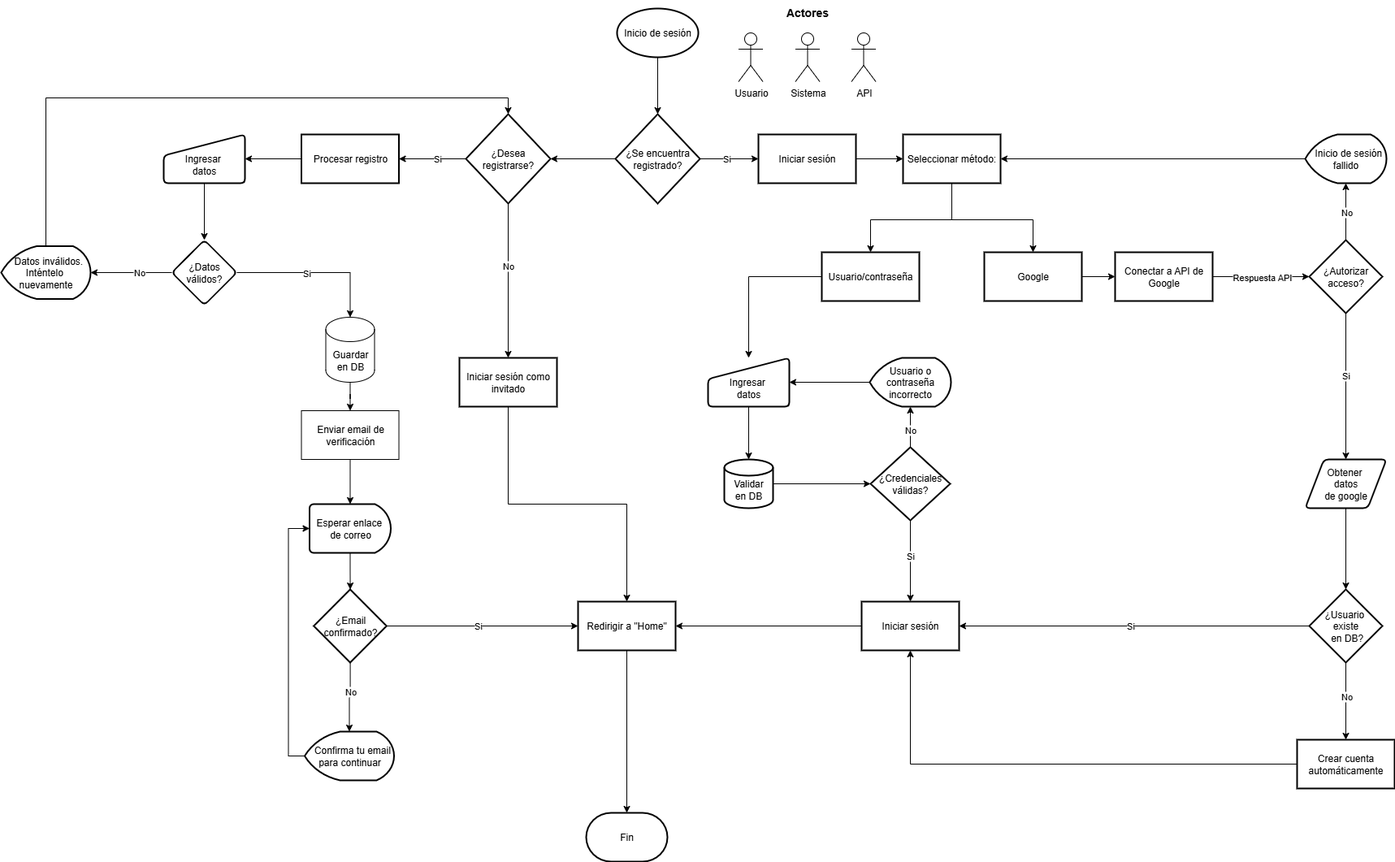
This is Flujograma de registro e inicio de sesión.png from DjGuetta/App-Hotel-Management, a draw.io export, as it was before one commit. Source tidied: cells renumbered, new cells last; positions are measured from the earlier drawing's top-left corner, leaving out a move shared by most shapes.
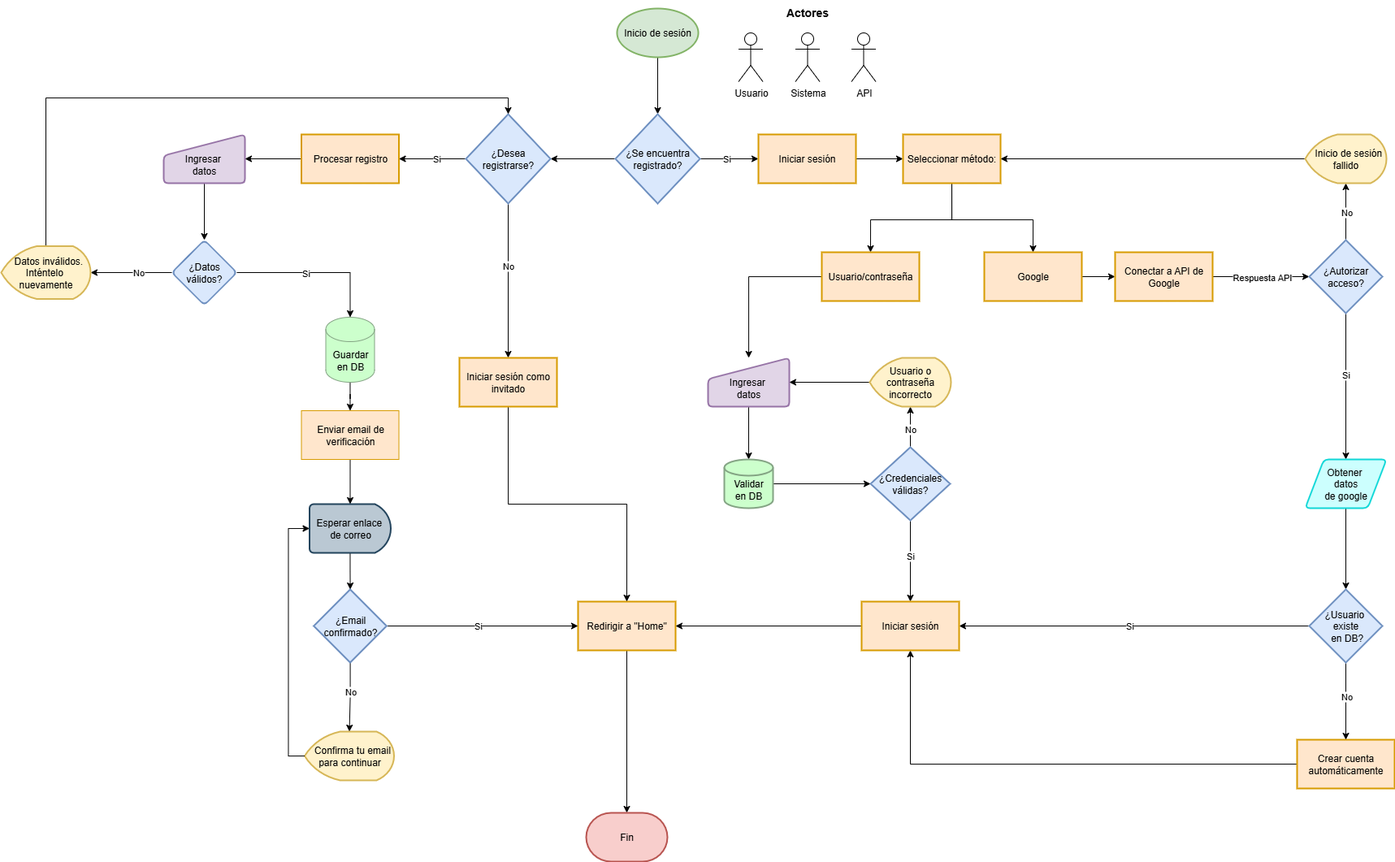
The same file after the commit.

Commit message:
Agregando colores de referencia

Diff of the diagram source:
```diff
@@ -16,3 +16,3 @@
     </mxCell>
-    <mxCell id="6" value="Inicio de sesión" style="strokeWidth=2;html=1;shape=mxgraph.flowchart.start_1;whiteSpace=wrap;" parent="1" vertex="1">
+    <mxCell id="6" value="Inicio de sesión" style="strokeWidth=2;html=1;shape=mxgraph.flowchart.start_1;whiteSpace=wrap;fillColor=#d5e8d4;strokeColor=#82b366;" parent="1" vertex="1">
       <mxGeometry x="758" y="10" width="100" height="60" as="geometry" />
@@ -30,3 +30,3 @@
     </mxCell>
-    <mxCell id="10" value="¿Se encuentra registrado?" style="rhombus;whiteSpace=wrap;html=1;strokeWidth=2;" parent="1" vertex="1">
+    <mxCell id="10" value="¿Se encuentra registrado?" style="rhombus;whiteSpace=wrap;html=1;strokeWidth=2;fillColor=#dae8fc;strokeColor=#6c8ebf;" parent="1" vertex="1">
       <mxGeometry x="756" y="140" width="104" height="110" as="geometry" />
@@ -39,3 +39,3 @@
     </mxCell>
-    <mxCell id="13" value="Iniciar sesión" style="whiteSpace=wrap;html=1;strokeWidth=2;" parent="1" vertex="1">
+    <mxCell id="13" value="Iniciar sesión" style="whiteSpace=wrap;html=1;strokeWidth=2;fillColor=#ffe6cc;strokeColor=#d79b00;" parent="1" vertex="1">
       <mxGeometry x="932" y="165" width="120" height="60" as="geometry" />
@@ -58,3 +58,3 @@
     </mxCell>
-    <mxCell id="16" value="Seleccionar método:" style="whiteSpace=wrap;html=1;strokeWidth=2;" parent="1" vertex="1">
+    <mxCell id="16" value="Seleccionar método:" style="whiteSpace=wrap;html=1;strokeWidth=2;fillColor=#ffe6cc;strokeColor=#d79b00;" parent="1" vertex="1">
       <mxGeometry x="1110" y="165" width="120" height="60" as="geometry" />
@@ -64,3 +64,3 @@
     </mxCell>
-    <mxCell id="18" value="Usuario/contraseña" style="whiteSpace=wrap;html=1;strokeWidth=2;" parent="1" vertex="1">
+    <mxCell id="18" value="Usuario/contraseña" style="whiteSpace=wrap;html=1;strokeWidth=2;fillColor=#ffe6cc;strokeColor=#d79b00;" parent="1" vertex="1">
       <mxGeometry x="1010" y="310" width="120" height="60" as="geometry" />
@@ -70,3 +70,3 @@
     </mxCell>
-    <mxCell id="20" value="Google" style="whiteSpace=wrap;html=1;strokeWidth=2;" parent="1" vertex="1">
+    <mxCell id="20" value="Google" style="whiteSpace=wrap;html=1;strokeWidth=2;fillColor=#ffe6cc;strokeColor=#d79b00;" parent="1" vertex="1">
       <mxGeometry x="1210" y="310" width="120" height="60" as="geometry" />
@@ -79,3 +79,3 @@
     </mxCell>
-    <mxCell id="23" value="Conectar a API de Google" style="whiteSpace=wrap;html=1;strokeWidth=2;" parent="1" vertex="1">
+    <mxCell id="23" value="Conectar a API de Google" style="whiteSpace=wrap;html=1;strokeWidth=2;fillColor=#ffe6cc;strokeColor=#d79b00;" parent="1" vertex="1">
       <mxGeometry x="1371" y="310" width="120" height="60" as="geometry" />
@@ -98,3 +98,3 @@
     </mxCell>
-    <mxCell id="28" value="¿Autorizar acceso?" style="rhombus;whiteSpace=wrap;html=1;strokeWidth=2;" parent="1" vertex="1">
+    <mxCell id="28" value="¿Autorizar acceso?" style="rhombus;whiteSpace=wrap;html=1;strokeWidth=2;fillColor=#dae8fc;strokeColor=#6c8ebf;" parent="1" vertex="1">
       <mxGeometry x="1610" y="295" width="90" height="90" as="geometry" />
@@ -104,3 +104,3 @@
     </mxCell>
-    <mxCell id="30" value="&amp;nbsp; Inicio de sesión fallido" style="strokeWidth=2;html=1;shape=mxgraph.flowchart.display;whiteSpace=wrap;" parent="1" vertex="1">
+    <mxCell id="30" value="&amp;nbsp; Inicio de sesión fallido" style="strokeWidth=2;html=1;shape=mxgraph.flowchart.display;whiteSpace=wrap;fillColor=#fff2cc;strokeColor=#d6b656;" parent="1" vertex="1">
       <mxGeometry x="1605" y="165" width="100" height="60" as="geometry" />
@@ -110,3 +110,3 @@
     </mxCell>
-    <mxCell id="32" value="Obtener&amp;nbsp;&lt;div&gt;&lt;span style=&quot;background-color: transparent; color: light-dark(rgb(0, 0, 0), rgb(255, 255, 255));&quot;&gt;datos&lt;/span&gt;&lt;div&gt;de google&lt;/div&gt;&lt;/div&gt;" style="shape=parallelogram;html=1;strokeWidth=2;perimeter=parallelogramPerimeter;whiteSpace=wrap;rounded=1;arcSize=12;size=0.23;" parent="1" vertex="1">
+    <mxCell id="32" value="Obtener&amp;nbsp;&lt;div&gt;&lt;span style=&quot;background-color: transparent; color: light-dark(rgb(0, 0, 0), rgb(255, 255, 255));&quot;&gt;datos&lt;/span&gt;&lt;div&gt;de google&lt;/div&gt;&lt;/div&gt;" style="shape=parallelogram;html=1;strokeWidth=2;perimeter=parallelogramPerimeter;whiteSpace=wrap;rounded=1;arcSize=12;size=0.23;fillColor=#CCFFFE;strokeColor=#10D7D7;" parent="1" vertex="1">
       <mxGeometry x="1605" y="565" width="100" height="60" as="geometry" />
@@ -125,3 +125,3 @@
     </mxCell>
-    <mxCell id="37" value="&lt;div&gt;&lt;span style=&quot;background-color: transparent; color: light-dark(rgb(0, 0, 0), rgb(255, 255, 255));&quot;&gt;¿Credenciales válidas?&lt;/span&gt;&lt;/div&gt;" style="rhombus;whiteSpace=wrap;html=1;strokeWidth=2;" parent="1" vertex="1">
+    <mxCell id="37" value="&lt;div&gt;&lt;span style=&quot;background-color: transparent; color: light-dark(rgb(0, 0, 0), rgb(255, 255, 255));&quot;&gt;¿Credenciales válidas?&lt;/span&gt;&lt;/div&gt;" style="rhombus;whiteSpace=wrap;html=1;strokeWidth=2;fillColor=#dae8fc;strokeColor=#6c8ebf;" parent="1" vertex="1">
       <mxGeometry x="1070" y="550" width="98" height="90" as="geometry" />
@@ -131,3 +131,3 @@
     </mxCell>
-    <mxCell id="39" value="Crear cuenta automáticamente" style="whiteSpace=wrap;html=1;strokeWidth=2;" parent="1" vertex="1">
+    <mxCell id="39" value="Crear cuenta automáticamente" style="whiteSpace=wrap;html=1;strokeWidth=2;fillColor=#ffe6cc;strokeColor=#d79b00;" parent="1" vertex="1">
       <mxGeometry x="1595" y="910" width="120" height="60" as="geometry" />
@@ -137,6 +137,6 @@
     </mxCell>
-    <mxCell id="41" value="Redirigir a &quot;Home&quot;" style="whiteSpace=wrap;html=1;strokeWidth=2;" parent="1" vertex="1">
+    <mxCell id="41" value="Redirigir a &quot;Home&quot;" style="whiteSpace=wrap;html=1;strokeWidth=2;fillColor=#ffe6cc;strokeColor=#d79b00;" parent="1" vertex="1">
       <mxGeometry x="710" y="740" width="120" height="60" as="geometry" />
     </mxCell>
-    <mxCell id="42" value="Fin" style="strokeWidth=2;html=1;shape=mxgraph.flowchart.terminator;whiteSpace=wrap;" parent="1" vertex="1">
+    <mxCell id="42" value="Fin" style="strokeWidth=2;html=1;shape=mxgraph.flowchart.terminator;whiteSpace=wrap;fillColor=#f8cecc;strokeColor=#b85450;" parent="1" vertex="1">
       <mxGeometry x="720" y="1000" width="100" height="60" as="geometry" />
@@ -146,3 +146,3 @@
     </mxCell>
-    <mxCell id="44" value="&lt;div&gt;&lt;br&gt;&lt;/div&gt;&lt;div&gt;Ingresar&amp;nbsp;&lt;/div&gt;&lt;div&gt;datos&lt;/div&gt;" style="html=1;strokeWidth=2;shape=manualInput;whiteSpace=wrap;rounded=1;size=26;arcSize=11;" parent="1" vertex="1">
+    <mxCell id="44" value="&lt;div&gt;&lt;br&gt;&lt;/div&gt;&lt;div&gt;Ingresar&amp;nbsp;&lt;/div&gt;&lt;div&gt;datos&lt;/div&gt;" style="html=1;strokeWidth=2;shape=manualInput;whiteSpace=wrap;rounded=1;size=26;arcSize=11;fillColor=#e1d5e7;strokeColor=#9673a6;" parent="1" vertex="1">
       <mxGeometry x="200" y="165" width="100" height="60" as="geometry" />
@@ -152,3 +152,3 @@
     </mxCell>
-    <mxCell id="46" value="&lt;div&gt;&lt;br&gt;&lt;/div&gt;Ingresar&amp;nbsp;&lt;div&gt;datos&lt;/div&gt;" style="html=1;strokeWidth=2;shape=manualInput;whiteSpace=wrap;rounded=1;size=26;arcSize=11;direction=east;" parent="1" vertex="1">
+    <mxCell id="46" value="&lt;div&gt;&lt;br&gt;&lt;/div&gt;Ingresar&amp;nbsp;&lt;div&gt;datos&lt;/div&gt;" style="html=1;strokeWidth=2;shape=manualInput;whiteSpace=wrap;rounded=1;size=26;arcSize=11;direction=east;fillColor=#e1d5e7;strokeColor=#9673a6;" parent="1" vertex="1">
       <mxGeometry x="870" y="440" width="100" height="60" as="geometry" />
@@ -158,3 +158,3 @@
     </mxCell>
-    <mxCell id="48" value="&lt;div&gt;&lt;br&gt;&lt;/div&gt;Validar&lt;div&gt;en DB&lt;/div&gt;" style="strokeWidth=2;html=1;shape=mxgraph.flowchart.database;whiteSpace=wrap;" parent="1" vertex="1">
+    <mxCell id="48" value="&lt;div&gt;&lt;br&gt;&lt;/div&gt;Validar&lt;div&gt;en DB&lt;/div&gt;" style="strokeWidth=2;html=1;shape=mxgraph.flowchart.database;whiteSpace=wrap;fillColor=#CCFFCC;strokeColor=#84A484;" parent="1" vertex="1">
       <mxGeometry x="890" y="565" width="60" height="60" as="geometry" />
@@ -175,3 +175,3 @@
     </mxCell>
-    <mxCell id="53" value="¿Usuario&amp;nbsp;&lt;div&gt;existe&lt;/div&gt;&lt;div&gt;&amp;nbsp;en DB?&lt;/div&gt;" style="rhombus;whiteSpace=wrap;html=1;strokeWidth=2;fontStyle=0;" parent="1" vertex="1">
+    <mxCell id="53" value="¿Usuario&amp;nbsp;&lt;div&gt;existe&lt;/div&gt;&lt;div&gt;&amp;nbsp;en DB?&lt;/div&gt;" style="rhombus;whiteSpace=wrap;html=1;strokeWidth=2;fontStyle=0;fillColor=#dae8fc;strokeColor=#6c8ebf;" parent="1" vertex="1">
       <mxGeometry x="1610" y="725" width="90" height="90" as="geometry" />
@@ -181,3 +181,3 @@
     </mxCell>
-    <mxCell id="55" value="Procesar registro" style="whiteSpace=wrap;html=1;strokeWidth=2;" parent="1" vertex="1">
+    <mxCell id="55" value="Procesar registro" style="whiteSpace=wrap;html=1;strokeWidth=2;fillColor=#ffe6cc;strokeColor=#d79b00;" parent="1" vertex="1">
       <mxGeometry x="369.5" y="165" width="120" height="60" as="geometry" />
@@ -187,3 +187,3 @@
     </mxCell>
-    <mxCell id="57" value="Guardar en DB" style="shape=cylinder3;whiteSpace=wrap;html=1;boundedLbl=1;backgroundOutline=1;size=15;" parent="1" vertex="1">
+    <mxCell id="57" value="Guardar en DB" style="shape=cylinder3;whiteSpace=wrap;html=1;boundedLbl=1;backgroundOutline=1;size=15;fillColor=#CCFFCC;strokeColor=#84A484;" parent="1" vertex="1">
       <mxGeometry x="399.5" y="390" width="60" height="80" as="geometry" />
@@ -193,3 +193,3 @@
     </mxCell>
-    <mxCell id="59" value="Enviar email de verificación" style="whiteSpace=wrap;html=1;" parent="1" vertex="1">
+    <mxCell id="59" value="Enviar email de verificación" style="whiteSpace=wrap;html=1;fillColor=#ffe6cc;strokeColor=#d79b00;" parent="1" vertex="1">
       <mxGeometry x="369.5" y="505" width="120" height="60" as="geometry" />
@@ -199,3 +199,3 @@
     </mxCell>
-    <mxCell id="61" value="Esperar enlace&amp;nbsp;&lt;div&gt;de correo&lt;/div&gt;" style="strokeWidth=2;html=1;shape=mxgraph.flowchart.delay;whiteSpace=wrap;" parent="1" vertex="1">
+    <mxCell id="61" value="Esperar enlace&amp;nbsp;&lt;div&gt;de correo&lt;/div&gt;" style="strokeWidth=2;html=1;shape=mxgraph.flowchart.delay;whiteSpace=wrap;fillColor=#BAC8D3;strokeColor=#23445D;" parent="1" vertex="1">
       <mxGeometry x="379.5" y="620" width="100" height="60" as="geometry" />
@@ -214,3 +214,3 @@
     </mxCell>
-    <mxCell id="66" value="¿Desea registrarse?" style="rhombus;whiteSpace=wrap;html=1;strokeWidth=2;" parent="1" vertex="1">
+    <mxCell id="66" value="¿Desea registrarse?" style="rhombus;whiteSpace=wrap;html=1;strokeWidth=2;fillColor=#dae8fc;strokeColor=#6c8ebf;" parent="1" vertex="1">
       <mxGeometry x="572" y="140" width="104" height="110" as="geometry" />
@@ -220,3 +220,3 @@
     </mxCell>
-    <mxCell id="68" value="Iniciar sesión como invitado" style="whiteSpace=wrap;html=1;strokeWidth=2;" parent="1" vertex="1">
+    <mxCell id="68" value="Iniciar sesión como invitado" style="whiteSpace=wrap;html=1;strokeWidth=2;fillColor=#ffe6cc;strokeColor=#d79b00;" parent="1" vertex="1">
       <mxGeometry x="564" y="440" width="120" height="60" as="geometry" />
@@ -235,6 +235,6 @@
     </mxCell>
-    <mxCell id="73" value="¿Email confirmado?" style="rhombus;whiteSpace=wrap;html=1;strokeWidth=2;" parent="1" vertex="1">
+    <mxCell id="73" value="¿Email confirmado?" style="rhombus;whiteSpace=wrap;html=1;strokeWidth=2;fillColor=#dae8fc;strokeColor=#6c8ebf;" parent="1" vertex="1">
       <mxGeometry x="384.8" y="725" width="89.5" height="90" as="geometry" />
     </mxCell>
-    <mxCell id="74" value="&amp;nbsp; Confirma tu email para continuar" style="strokeWidth=2;html=1;shape=mxgraph.flowchart.display;whiteSpace=wrap;" parent="1" vertex="1">
+    <mxCell id="74" value="&amp;nbsp; Confirma tu email para continuar" style="strokeWidth=2;html=1;shape=mxgraph.flowchart.display;whiteSpace=wrap;fillColor=#fff2cc;strokeColor=#d6b656;" parent="1" vertex="1">
       <mxGeometry x="373.5" y="900" width="110" height="60" as="geometry" />
@@ -244,3 +244,3 @@
     </mxCell>
-    <mxCell id="76" value="Usuario o contraseña incorrecto" style="strokeWidth=2;html=1;shape=mxgraph.flowchart.display;whiteSpace=wrap;" parent="1" vertex="1">
+    <mxCell id="76" value="Usuario o contraseña incorrecto" style="strokeWidth=2;html=1;shape=mxgraph.flowchart.display;whiteSpace=wrap;fillColor=#fff2cc;strokeColor=#d6b656;" parent="1" vertex="1">
       <mxGeometry x="1069" y="440" width="100" height="60" as="geometry" />
@@ -253,3 +253,3 @@
     </mxCell>
-    <mxCell id="79" value="Iniciar sesión" style="whiteSpace=wrap;html=1;strokeWidth=2;" parent="1" vertex="1">
+    <mxCell id="79" value="Iniciar sesión" style="whiteSpace=wrap;html=1;strokeWidth=2;fillColor=#ffe6cc;strokeColor=#d79b00;" parent="1" vertex="1">
       <mxGeometry x="1059" y="740" width="120" height="60" as="geometry" />
@@ -262,3 +262,3 @@
     </mxCell>
-    <mxCell id="82" value="¿Datos válidos?" style="rhombus;whiteSpace=wrap;html=1;strokeWidth=2;rounded=1;arcSize=11;" parent="1" vertex="1">
+    <mxCell id="82" value="¿Datos válidos?" style="rhombus;whiteSpace=wrap;html=1;strokeWidth=2;rounded=1;arcSize=11;fillColor=#dae8fc;strokeColor=#6c8ebf;" parent="1" vertex="1">
       <mxGeometry x="210" y="295" width="80" height="80" as="geometry" />
@@ -274,3 +274,3 @@
     </mxCell>
-    <mxCell id="86" value="&amp;nbsp; Datos inválidos.&lt;div&gt;&lt;span style=&quot;background-color: transparent; color: light-dark(rgb(0, 0, 0), rgb(255, 255, 255));&quot;&gt;Inténtelo&amp;nbsp;&lt;/span&gt;&lt;/div&gt;&lt;div&gt;&lt;span style=&quot;background-color: transparent; color: light-dark(rgb(0, 0, 0), rgb(255, 255, 255));&quot;&gt;nuevamente&lt;/span&gt;&lt;/div&gt;" style="strokeWidth=2;html=1;shape=mxgraph.flowchart.display;whiteSpace=wrap;" parent="1" vertex="1">
+    <mxCell id="86" value="&amp;nbsp; Datos inválidos.&lt;div&gt;&lt;span style=&quot;background-color: transparent; color: light-dark(rgb(0, 0, 0), rgb(255, 255, 255));&quot;&gt;Inténtelo&amp;nbsp;&lt;/span&gt;&lt;/div&gt;&lt;div&gt;&lt;span style=&quot;background-color: transparent; color: light-dark(rgb(0, 0, 0), rgb(255, 255, 255));&quot;&gt;nuevamente&lt;/span&gt;&lt;/div&gt;" style="strokeWidth=2;html=1;shape=mxgraph.flowchart.display;whiteSpace=wrap;fillColor=#fff2cc;strokeColor=#d6b656;" parent="1" vertex="1">
       <mxGeometry y="302.5" width="110" height="65" as="geometry" />
```
